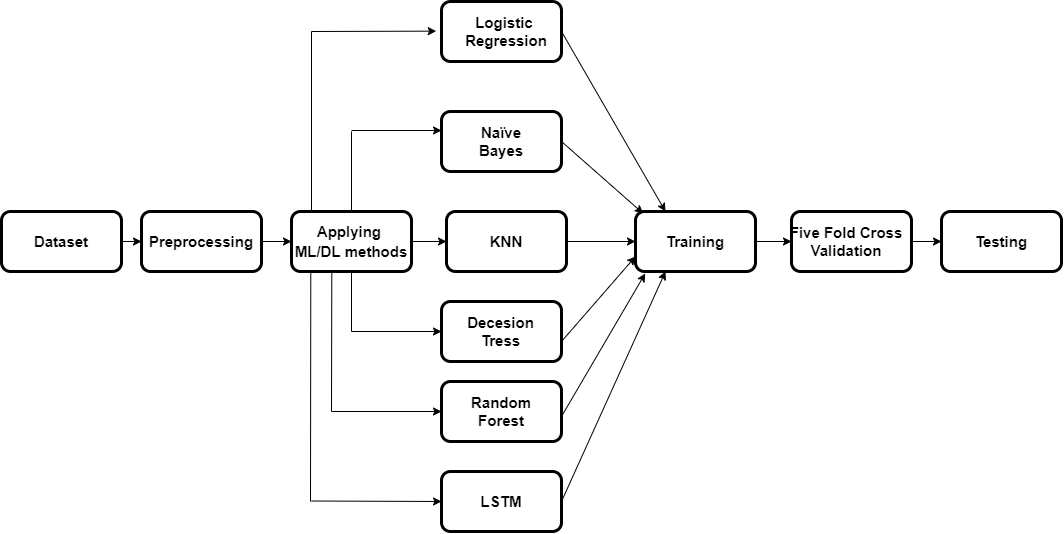
Above: image_plots/Classifier.png in khandorvatsal/fake-news-analysis (draw.io), before the change. Source tidied: cells renumbered, new cells last; positions are measured from the earlier drawing's top-left corner, leaving out a move shared by most shapes.
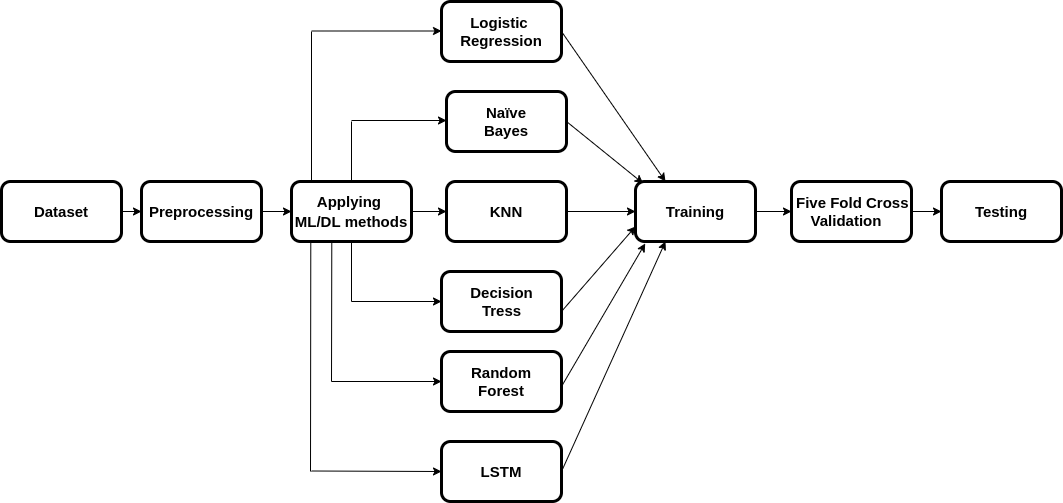
Above is the later version.

Diff of the diagram source:
```diff
@@ -23,12 +23,12 @@
     <mxCell id="8" style="edgeStyle=orthogonalEdgeStyle;rounded=0;orthogonalLoop=1;jettySize=auto;html=1;exitX=0.5;exitY=1;exitDx=0;exitDy=0;fontSize=15;" parent="1" edge="1" source="7" target="7">
       <mxGeometry relative="1" as="geometry" />
     </mxCell>
-    <mxCell id="9" style="rounded=1;whiteSpace=wrap;html=1;fontSize=15;strokeWidth=3;" parent="1" vertex="1">
-      <mxGeometry x="440" width="120" height="60" as="geometry" />
-    </mxCell>
-    <mxCell id="10" style="rounded=1;whiteSpace=wrap;html=1;fontSize=15;strokeWidth=3;" parent="1" vertex="1">
-      <mxGeometry x="440" y="110" width="120" height="60" as="geometry" />
-    </mxCell>
+    <mxCell id="46" style="rounded=1;whiteSpace=wrap;html=1;fontSize=15;strokeWidth=3;" parent="1" vertex="1">
+      <mxGeometry x="440" y="30" width="120" height="60" as="geometry" />
+    </mxCell>
+    <mxCell id="47" style="rounded=1;whiteSpace=wrap;html=1;fontSize=15;strokeWidth=3;" parent="1" vertex="1">
+      <mxGeometry x="445" y="120" width="120" height="60" as="geometry" />
+    </mxCell>
     <mxCell id="11" style="rounded=1;whiteSpace=wrap;html=1;fontSize=15;strokeWidth=3;" parent="1" vertex="1">
       <mxGeometry x="440" y="380" width="120" height="60" as="geometry" />
     </mxCell>
@@ -39,14 +39,14 @@
       <mxGeometry x="440" y="300" width="120" height="60" as="geometry" />
     </mxCell>
     <mxCell id="14" value="&lt;b&gt;&lt;span style=&quot;line-height: 107% ; background: white&quot;&gt;&lt;font style=&quot;font-size: 15px&quot;&gt;Logistic &lt;br&gt;Regression&lt;/font&gt;&lt;/span&gt;&lt;/b&gt;" style="text;html=1;strokeColor=none;fillColor=none;align=center;verticalAlign=middle;whiteSpace=wrap;rounded=0;fontSize=15;" parent="1" vertex="1">
-      <mxGeometry x="440" y="10" width="130" height="40" as="geometry" />
+      <mxGeometry x="435" y="40" width="130" height="40" as="geometry" />
     </mxCell>
     <mxCell id="15" value="&lt;b&gt;&lt;span style=&quot;line-height: 107% ; background: white&quot;&gt;Naïve Bayes&lt;/span&gt;&lt;/b&gt;" style="text;html=1;strokeColor=none;fillColor=none;align=center;verticalAlign=middle;whiteSpace=wrap;rounded=0;fontSize=15;" parent="1" vertex="1">
-      <mxGeometry x="480" y="130" width="40" height="20" as="geometry" />
+      <mxGeometry x="485" y="140" width="40" height="20" as="geometry" />
     </mxCell>
-    <mxCell id="16" value="&lt;b&gt;Decesion&lt;br&gt;Tress&lt;/b&gt;" style="text;html=1;strokeColor=none;fillColor=none;align=center;verticalAlign=middle;whiteSpace=wrap;rounded=0;fontSize=15;" parent="1" vertex="1">
-      <mxGeometry x="475.5" y="320" width="49" height="20" as="geometry" />
-    </mxCell>
+    <mxCell id="48" value="&lt;b&gt;Decision&lt;br&gt;Tress&lt;/b&gt;" style="text;html=1;strokeColor=none;fillColor=none;align=center;verticalAlign=middle;whiteSpace=wrap;rounded=0;fontSize=15;" parent="1" vertex="1">
+      <mxGeometry x="475.5" y="320" width="49" height="20" as="geometry" />
+    </mxCell>
     <mxCell id="17" value="&lt;b&gt;Random Forest&lt;/b&gt;" style="text;html=1;strokeColor=none;fillColor=none;align=center;verticalAlign=middle;whiteSpace=wrap;rounded=0;fontSize=15;" parent="1" vertex="1">
       <mxGeometry x="480" y="400" width="40" height="20" as="geometry" />
     </mxCell>
@@ -59,116 +59,115 @@
     <mxCell id="20" value="&lt;b style=&quot;font-size: 15px&quot;&gt;Applying&amp;nbsp;&lt;br&gt;ML/DL methods&lt;/b&gt;" style="text;html=1;strokeColor=none;fillColor=none;align=center;verticalAlign=middle;whiteSpace=wrap;rounded=0;fontSize=17;" parent="1" vertex="1">
       <mxGeometry x="290" y="230" width="120" height="20" as="geometry" />
     </mxCell>
-    <mxCell id="21" style="endArrow=none;html=1;fontSize=17;" parent="1" edge="1">
-      <mxGeometry relative="1" as="geometry">
-        <mxPoint x="310" y="210" as="sourcePoint" />
-        <mxPoint x="310" y="30" as="targetPoint" />
-      </mxGeometry>
-    </mxCell>
-    <mxCell id="22" style="endArrow=none;html=1;fontSize=17;" parent="1" edge="1">
-      <mxGeometry relative="1" as="geometry">
-        <mxPoint x="350" y="210" as="sourcePoint" />
-        <mxPoint x="350" y="130" as="targetPoint" />
-      </mxGeometry>
-    </mxCell>
-    <mxCell id="23" style="endArrow=classic;html=1;fontSize=17;" parent="1" edge="1">
-      <mxGeometry relative="1" as="geometry">
-        <mxPoint x="350" y="129" as="sourcePoint" />
-        <mxPoint x="440" y="129" as="targetPoint" />
-      </mxGeometry>
-    </mxCell>
-    <mxCell id="24" style="endArrow=classic;html=1;fontSize=17;entryX=0;entryY=0.5;entryDx=0;entryDy=0;" parent="1" edge="1" target="31">
-      <mxGeometry relative="1" as="geometry">
-        <mxPoint x="410" y="240" as="sourcePoint" />
-      </mxGeometry>
-    </mxCell>
-    <mxCell id="25" style="endArrow=none;html=1;fontSize=17;" parent="1" edge="1">
-      <mxGeometry relative="1" as="geometry">
-        <mxPoint x="350" y="330" as="sourcePoint" />
-        <mxPoint x="350" y="270" as="targetPoint" />
-      </mxGeometry>
-    </mxCell>
-    <mxCell id="26" style="endArrow=none;html=1;fontSize=17;" parent="1" edge="1">
-      <mxGeometry relative="1" as="geometry">
-        <mxPoint x="309" y="500" as="sourcePoint" />
-        <mxPoint x="309.3" y="270" as="targetPoint" />
-      </mxGeometry>
-    </mxCell>
-    <mxCell id="27" style="endArrow=classic;html=1;fontSize=17;entryX=0.25;entryY=0;entryDx=0;entryDy=0;" parent="1" edge="1" target="44">
-      <mxGeometry relative="1" as="geometry">
-        <mxPoint x="560" y="30" as="sourcePoint" />
-      </mxGeometry>
-    </mxCell>
-    <mxCell id="28" style="endArrow=classic;html=1;fontSize=17;entryX=0.064;entryY=0.033;entryDx=0;entryDy=0;entryPerimeter=0;" parent="1" edge="1" target="44">
-      <mxGeometry relative="1" as="geometry">
-        <mxPoint x="560" y="140" as="sourcePoint" />
-      </mxGeometry>
-    </mxCell>
-    <mxCell id="29" style="endArrow=classic;html=1;fontSize=17;startArrow=none;" parent="1" edge="1" source="44">
-      <mxGeometry relative="1" as="geometry">
-        <mxPoint x="790" y="240" as="targetPoint" />
-      </mxGeometry>
-    </mxCell>
+    <mxCell id="49" style="endArrow=none;html=1;fontSize=17;" parent="1" edge="1">
+      <mxGeometry relative="1" as="geometry">
+        <mxPoint x="310" y="210" as="sourcePoint" />
+        <mxPoint x="310" y="60" as="targetPoint" />
+      </mxGeometry>
+    </mxCell>
+    <mxCell id="50" style="endArrow=none;html=1;fontSize=17;" parent="1" edge="1">
+      <mxGeometry relative="1" as="geometry">
+        <mxPoint x="350" y="210" as="sourcePoint" />
+        <mxPoint x="350" y="150" as="targetPoint" />
+      </mxGeometry>
+    </mxCell>
+    <mxCell id="51" style="endArrow=classic;html=1;fontSize=17;" parent="1" edge="1">
+      <mxGeometry relative="1" as="geometry">
+        <mxPoint x="350" y="149" as="sourcePoint" />
+        <mxPoint x="445" y="149" as="targetPoint" />
+      </mxGeometry>
+    </mxCell>
+    <mxCell id="52" style="endArrow=classic;html=1;fontSize=17;entryX=0;entryY=0.5;entryDx=0;entryDy=0;" parent="1" edge="1" target="31">
+      <mxGeometry relative="1" as="geometry">
+        <mxPoint x="410" y="240" as="sourcePoint" />
+      </mxGeometry>
+    </mxCell>
+    <mxCell id="53" style="endArrow=none;html=1;fontSize=17;" parent="1" edge="1">
+      <mxGeometry relative="1" as="geometry">
+        <mxPoint x="350" y="330" as="sourcePoint" />
+        <mxPoint x="350" y="270" as="targetPoint" />
+      </mxGeometry>
+    </mxCell>
+    <mxCell id="54" style="endArrow=none;html=1;fontSize=17;" parent="1" edge="1">
+      <mxGeometry relative="1" as="geometry">
+        <mxPoint x="309" y="500" as="sourcePoint" />
+        <mxPoint x="309.3" y="270" as="targetPoint" />
+      </mxGeometry>
+    </mxCell>
+    <mxCell id="55" style="endArrow=classic;html=1;fontSize=17;entryX=0.25;entryY=0;entryDx=0;entryDy=0;" parent="1" edge="1" target="44">
+      <mxGeometry relative="1" as="geometry">
+        <mxPoint x="560" y="60" as="sourcePoint" />
+      </mxGeometry>
+    </mxCell>
+    <mxCell id="56" style="endArrow=classic;html=1;fontSize=17;entryX=0.064;entryY=0.033;entryDx=0;entryDy=0;entryPerimeter=0;exitX=1;exitY=0.5;exitDx=0;exitDy=0;" parent="1" edge="1" source="47" target="44">
+      <mxGeometry relative="1" as="geometry" />
+    </mxCell>
+    <mxCell id="57" style="endArrow=classic;html=1;fontSize=17;startArrow=none;" parent="1" edge="1" source="44">
+      <mxGeometry relative="1" as="geometry">
+        <mxPoint x="790" y="240" as="targetPoint" />
+      </mxGeometry>
+    </mxCell>
     <mxCell id="30" style="endArrow=classic;html=1;fontSize=17;exitX=1;exitY=0.5;exitDx=0;exitDy=0;entryX=0.25;entryY=1;entryDx=0;entryDy=0;" parent="1" edge="1" source="12" target="44">
       <mxGeometry relative="1" as="geometry" />
     </mxCell>
     <mxCell id="31" style="rounded=1;whiteSpace=wrap;html=1;fontSize=15;strokeWidth=3;" parent="1" vertex="1">
       <mxGeometry x="445" y="210" width="120" height="60" as="geometry" />
     </mxCell>
-    <mxCell id="32" style="endArrow=classic;html=1;fontSize=17;" parent="1" edge="1">
-      <mxGeometry relative="1" as="geometry">
-        <mxPoint x="350" y="330" as="sourcePoint" />
-        <mxPoint x="440" y="330" as="targetPoint" />
-      </mxGeometry>
-    </mxCell>
-    <mxCell id="33" style="endArrow=classic;html=1;fontSize=17;" parent="1" edge="1">
-      <mxGeometry relative="1" as="geometry">
-        <mxPoint x="310" y="499.5" as="sourcePoint" />
-        <mxPoint x="440" y="500" as="targetPoint" />
-      </mxGeometry>
-    </mxCell>
-    <mxCell id="34" style="endArrow=none;html=1;fontSize=17;" parent="1" edge="1">
-      <mxGeometry relative="1" as="geometry">
-        <mxPoint x="330" y="410" as="sourcePoint" />
-        <mxPoint x="330.3" y="270" as="targetPoint" />
-      </mxGeometry>
-    </mxCell>
-    <mxCell id="35" style="endArrow=classic;html=1;fontSize=17;" parent="1" edge="1">
-      <mxGeometry relative="1" as="geometry">
-        <mxPoint x="330" y="410" as="sourcePoint" />
-        <mxPoint x="440" y="410" as="targetPoint" />
-      </mxGeometry>
-    </mxCell>
+    <mxCell id="58" style="endArrow=classic;html=1;fontSize=17;" parent="1" edge="1">
+      <mxGeometry relative="1" as="geometry">
+        <mxPoint x="350" y="330" as="sourcePoint" />
+        <mxPoint x="440" y="330" as="targetPoint" />
+      </mxGeometry>
+    </mxCell>
+    <mxCell id="59" style="endArrow=classic;html=1;fontSize=17;" parent="1" edge="1">
+      <mxGeometry relative="1" as="geometry">
+        <mxPoint x="310" y="499.5" as="sourcePoint" />
+        <mxPoint x="440" y="500" as="targetPoint" />
+      </mxGeometry>
+    </mxCell>
+    <mxCell id="60" style="endArrow=none;html=1;fontSize=17;" parent="1" edge="1">
+      <mxGeometry relative="1" as="geometry">
+        <mxPoint x="330" y="410" as="sourcePoint" />
+        <mxPoint x="330.3" y="270" as="targetPoint" />
+      </mxGeometry>
+    </mxCell>
+    <mxCell id="61" style="endArrow=classic;html=1;fontSize=17;" parent="1" edge="1">
+      <mxGeometry relative="1" as="geometry">
+        <mxPoint x="330" y="410" as="sourcePoint" />
+        <mxPoint x="440" y="410" as="targetPoint" />
+      </mxGeometry>
+    </mxCell>
     <mxCell id="36" value="&lt;font style=&quot;font-size: 15px&quot;&gt;&lt;b&gt;KNN&lt;/b&gt;&lt;/font&gt;" style="text;html=1;strokeColor=none;fillColor=none;align=center;verticalAlign=middle;whiteSpace=wrap;rounded=0;" parent="1" vertex="1">
       <mxGeometry x="485" y="230" width="40" height="20" as="geometry" />
     </mxCell>
-    <mxCell id="37" style="endArrow=classic;html=1;fontSize=17;entryX=0;entryY=0.75;entryDx=0;entryDy=0;" parent="1" edge="1" target="44">
-      <mxGeometry relative="1" as="geometry">
-        <mxPoint x="560" y="340" as="sourcePoint" />
-      </mxGeometry>
-    </mxCell>
+    <mxCell id="62" style="endArrow=classic;html=1;fontSize=17;entryX=0;entryY=0.75;entryDx=0;entryDy=0;" parent="1" edge="1" target="44">
+      <mxGeometry relative="1" as="geometry">
+        <mxPoint x="560" y="340" as="sourcePoint" />
+      </mxGeometry>
+    </mxCell>
     <mxCell id="38" style="edgeStyle=orthogonalEdgeStyle;rounded=0;jettySize=auto;html=1;exitX=1;exitY=0.5;exitDx=0;exitDy=0;entryX=0;entryY=0.5;entryDx=0;entryDy=0;" parent="1" edge="1" source="39" target="41">
       <mxGeometry relative="1" as="geometry" />
     </mxCell>
     <mxCell id="39" style="rounded=1;whiteSpace=wrap;html=1;fontSize=15;strokeWidth=3;" parent="1" vertex="1">
       <mxGeometry x="790" y="210" width="120" height="60" as="geometry" />
     </mxCell>
-    <mxCell id="40" value="&lt;font style=&quot;font-size: 15px&quot;&gt;&lt;b&gt;Five Fold Cross Validation&lt;/b&gt;&lt;/font&gt;" style="text;html=1;strokeColor=none;fillColor=none;align=center;verticalAlign=middle;whiteSpace=wrap;rounded=0;" parent="1" vertex="1">
+    <mxCell id="40" value="&lt;font style=&quot;font-size: 15px&quot;&gt;&lt;b&gt;&amp;nbsp; &amp;nbsp;Five Fold Cross Validation&lt;/b&gt;&lt;/font&gt;" style="text;html=1;strokeColor=none;fillColor=none;align=center;verticalAlign=middle;whiteSpace=wrap;rounded=0;" parent="1" vertex="1">
       <mxGeometry x="780" y="215" width="130" height="50" as="geometry" />
     </mxCell>
     <mxCell id="41" value="&lt;b&gt;Testing&lt;/b&gt;" style="rounded=1;whiteSpace=wrap;html=1;fontSize=15;strokeWidth=3;" parent="1" vertex="1">
       <mxGeometry x="940" y="210" width="120" height="60" as="geometry" />
     </mxCell>
-    <mxCell id="42" style="endArrow=classic;html=1;entryX=-0.044;entryY=0.494;entryDx=0;entryDy=0;entryPerimeter=0;" parent="1" edge="1" target="9">
-      <mxGeometry relative="1" as="geometry">
-        <mxPoint x="310" y="30" as="sourcePoint" />
-      </mxGeometry>
-    </mxCell>
-    <mxCell id="43" style="endArrow=classic;html=1;fontSize=17;entryX=0.081;entryY=1.033;entryDx=0;entryDy=0;entryPerimeter=0;" parent="1" edge="1" target="44">
-      <mxGeometry relative="1" as="geometry">
-        <mxPoint x="560" y="415" as="sourcePoint" />
-      </mxGeometry>
-    </mxCell>
+    <mxCell id="63" style="endArrow=classic;html=1;" parent="1" edge="1">
+      <mxGeometry relative="1" as="geometry">
+        <mxPoint x="310" y="59.5" as="sourcePoint" />
+        <mxPoint x="440" y="59.5" as="targetPoint" />
+      </mxGeometry>
+    </mxCell>
+    <mxCell id="64" style="endArrow=classic;html=1;fontSize=17;entryX=0.081;entryY=1.033;entryDx=0;entryDy=0;entryPerimeter=0;" parent="1" edge="1" target="44">
+      <mxGeometry relative="1" as="geometry">
+        <mxPoint x="560" y="415" as="sourcePoint" />
+      </mxGeometry>
+    </mxCell>
     <mxCell id="44" value="&lt;b&gt;Training&lt;/b&gt;" style="rounded=1;whiteSpace=wrap;html=1;fontSize=15;strokeWidth=3;" parent="1" vertex="1">
       <mxGeometry x="634" y="210" width="120" height="60" as="geometry" />
     </mxCell>
```
